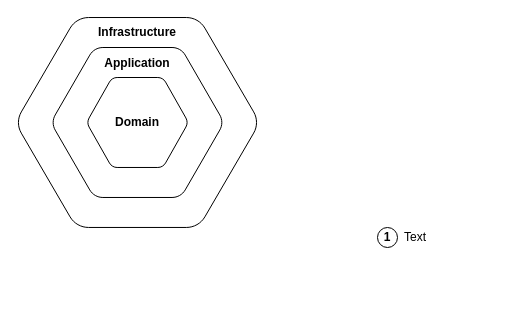
This is page "Components" (1 of 10) of design/ExplanationDiagrams.drawio from codefinity/oeuvre, a draw.io file, before an edit. Source tidied: cells renumbered, new cells numbered last; positions are measured from the earlier drawing's top-left corner, leaving out a move shared by most shapes. Both pictures are drawn from the tidied source at 100%, with x=0, y=0 at pixel (17, 17).
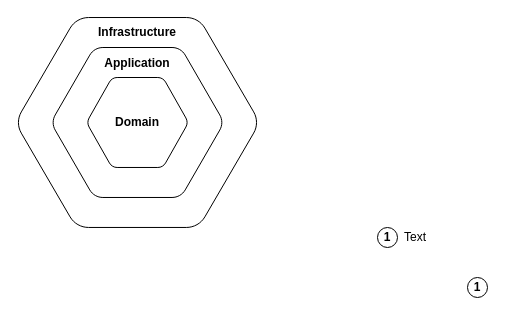
The same page after the edit.

The edit, as a diff of the source:
```diff
@@
 <mxGraphModel>
   <root>
     <mxCell id="0" />
     <mxCell id="1" parent="0" />
     <mxCell id="2" style="group;" parent="1" vertex="1">
       <mxGeometry width="240" height="210" as="geometry" />
     </mxCell>
     <mxCell id="3" style="shape=mxgraph.gcp.extras.blue_hexagon;html=1;verticalLabelPosition=bottom;verticalAlign=top;align=center;fillColor=#FFFFFF;" parent="2" vertex="1">
       <mxGeometry width="240" height="210" as="geometry" />
     </mxCell>
     <mxCell id="4" style="shape=mxgraph.gcp.extras.blue_hexagon;html=1;verticalLabelPosition=bottom;verticalAlign=top;align=center;fillColor=#FFFFFF;" parent="2" vertex="1">
       <mxGeometry x="35" y="30" width="170" height="150" as="geometry" />
     </mxCell>
     <mxCell id="5" style="shape=mxgraph.gcp.extras.blue_hexagon;html=1;verticalLabelPosition=bottom;verticalAlign=top;align=center;fillColor=#FFFFFF;" parent="2" vertex="1">
       <mxGeometry x="70" y="60" width="100" height="90" as="geometry" />
     </mxCell>
     <mxCell id="6" value="Domain" style="text;html=1;strokeColor=none;fillColor=none;align=center;verticalAlign=middle;whiteSpace=wrap;rounded=0;fontStyle=1;" parent="2" vertex="1">
       <mxGeometry x="100" y="95" width="40" height="20" as="geometry" />
     </mxCell>
     <mxCell id="7" value="Infrastructure" style="text;html=1;strokeColor=none;fillColor=none;align=center;verticalAlign=middle;whiteSpace=wrap;rounded=0;fontStyle=1;" parent="2" vertex="1">
       <mxGeometry x="90" y="5" width="60" height="20" as="geometry" />
     </mxCell>
     <mxCell id="8" value="Application" style="text;html=1;strokeColor=none;fillColor=none;align=center;verticalAlign=middle;whiteSpace=wrap;rounded=0;fontStyle=1;" parent="2" vertex="1">
       <mxGeometry x="90" y="36" width="60" height="20" as="geometry" />
     </mxCell>
     <mxCell id="9" style="group;" parent="1" vertex="1">
       <mxGeometry x="360" y="210" width="65" height="20" as="geometry" />
     </mxCell>
     <mxCell id="10" value="1" style="ellipse;whiteSpace=wrap;html=1;rounded=0;shadow=0;glass=0;strokeColor=#000000;fillColor=none;gradientColor=none;fontStyle=1;fontSize=12;" parent="9" vertex="1">
       <mxGeometry width="20" height="20" as="geometry" />
     </mxCell>
     <mxCell id="11" value="Text" style="text;html=1;strokeColor=none;fillColor=none;align=left;verticalAlign=middle;whiteSpace=wrap;rounded=0;shadow=0;glass=0;fontSize=12;" parent="9" vertex="1">
       <mxGeometry x="25" width="40" height="20" as="geometry" />
     </mxCell>
+    <mxCell id="12" value="1" style="ellipse;whiteSpace=wrap;html=1;rounded=0;shadow=0;glass=0;strokeColor=#000000;fillColor=none;gradientColor=none;fontStyle=1;fontSize=12;" parent="1" vertex="1">
+      <mxGeometry x="450" y="260" width="20" height="20" as="geometry" />
+    </mxCell>
   </root>
 </mxGraphModel>
```
